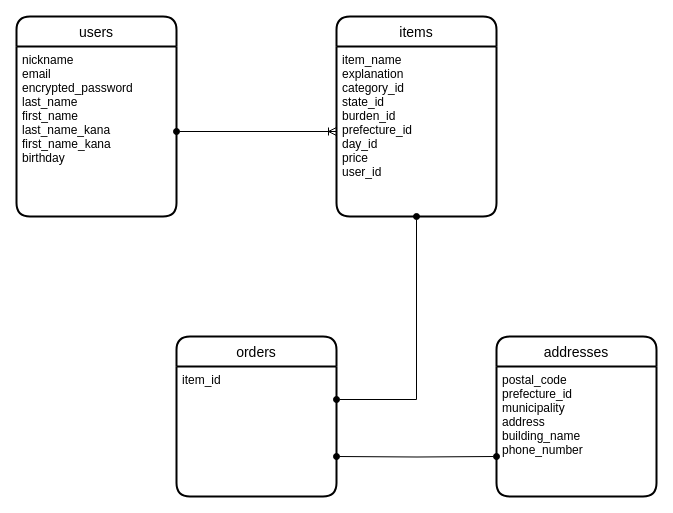
Above: furima_er.dio in sasaki-ichigo/furima-33050 (draw.io), before the change. Source tidied: cells renumbered, new cells numbered last; positions are measured from the earlier drawing's top-left corner, leaving out a move shared by most shapes. Both pictures are drawn from the tidied source at 100%, with x=0, y=0 at pixel (16, 16).
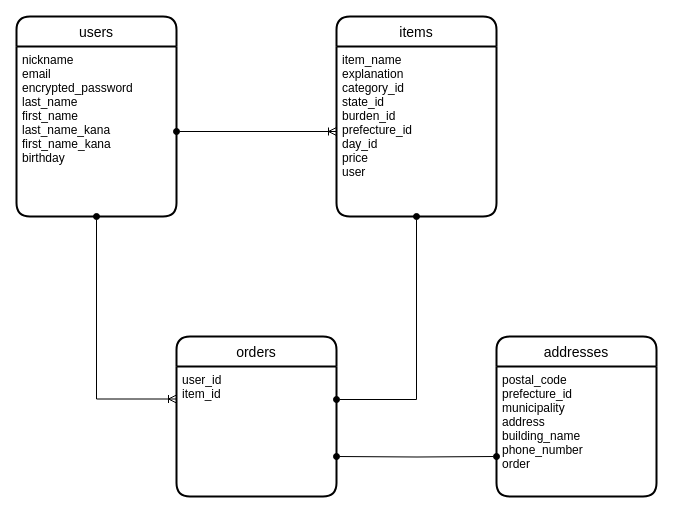
After the change.

Change to the diagram source:
```diff
@@
 <mxGraphModel>
   <root>
     <mxCell id="0" />
     <mxCell id="1" parent="0" />
     <mxCell id="2" value="users" style="swimlane;horizontal=1;startSize=30;rounded=1;fontSize=14;fontStyle=0;strokeWidth=2;shadow=0;dashed=0;align=center;" parent="1" vertex="1">
       <mxGeometry width="160" height="200" as="geometry" />
     </mxCell>
     <mxCell id="3" value="nickname&#10;email&#10;encrypted_password&#10;last_name&#10;first_name&#10;last_name_kana&#10;first_name_kana&#10;birthday" style="align=left;strokeColor=none;fillColor=none;spacingLeft=4;fontSize=12;verticalAlign=top;" parent="2" vertex="1">
       <mxGeometry y="30" width="160" height="170" as="geometry" />
     </mxCell>
     <mxCell id="4" value="items" style="swimlane;horizontal=1;startSize=30;rounded=1;fontSize=14;fontStyle=0;strokeWidth=2;shadow=0;dashed=0;align=center;" parent="1" vertex="1">
       <mxGeometry x="320" width="160" height="200" as="geometry" />
     </mxCell>
-    <mxCell id="5" value="item_name&#10;explanation&#10;category_id&#10;state_id&#10;burden_id&#10;prefecture_id&#10;day_id&#10;price&#10;user_id" style="align=left;strokeColor=none;fillColor=none;spacingLeft=4;fontSize=12;verticalAlign=top;" parent="4" vertex="1">
+    <mxCell id="5" value="item_name&#10;explanation&#10;category_id&#10;state_id&#10;burden_id&#10;prefecture_id&#10;day_id&#10;price&#10;user" style="align=left;strokeColor=none;fillColor=none;spacingLeft=4;fontSize=12;verticalAlign=top;" parent="4" vertex="1">
       <mxGeometry y="30" width="160" height="170" as="geometry" />
     </mxCell>
     <mxCell id="6" style="edgeStyle=orthogonalEdgeStyle;rounded=0;jettySize=auto;html=1;exitX=1;exitY=0.75;exitDx=0;exitDy=0;startArrow=oval;startFill=1;endArrow=oval;endFill=1;entryX=0;entryY=0.75;entryDx=0;entryDy=0;" parent="1" edge="1" target="8">
       <mxGeometry relative="1" as="geometry">
         <mxPoint x="320" y="440" as="sourcePoint" />
       </mxGeometry>
     </mxCell>
     <mxCell id="7" style="edgeStyle=orthogonalEdgeStyle;rounded=0;jettySize=auto;html=1;exitX=1;exitY=0.5;exitDx=0;exitDy=0;entryX=0;entryY=0.5;entryDx=0;entryDy=0;startArrow=oval;startFill=1;endArrow=ERoneToMany;endFill=0;" parent="1" edge="1" source="3" target="5">
       <mxGeometry relative="1" as="geometry" />
     </mxCell>
     <mxCell id="8" value="addresses" style="swimlane;horizontal=1;startSize=30;rounded=1;fontSize=14;fontStyle=0;strokeWidth=2;shadow=0;dashed=0;align=center;" parent="1" vertex="1">
       <mxGeometry x="480" y="320" width="160" height="160" as="geometry" />
     </mxCell>
-    <mxCell id="9" value="postal_code&#10;prefecture_id&#10;municipality&#10;address&#10;building_name&#10;phone_number" style="align=left;strokeColor=none;fillColor=none;spacingLeft=4;fontSize=12;verticalAlign=top;" parent="8" vertex="1">
+    <mxCell id="9" value="postal_code&#10;prefecture_id&#10;municipality&#10;address&#10;building_name&#10;phone_number&#10;order" style="align=left;strokeColor=none;fillColor=none;spacingLeft=4;fontSize=12;verticalAlign=top;" parent="8" vertex="1">
       <mxGeometry y="30" width="160" height="130" as="geometry" />
     </mxCell>
     <mxCell id="10" style="edgeStyle=orthogonalEdgeStyle;rounded=0;jettySize=auto;html=1;startArrow=oval;startFill=1;endArrow=oval;endFill=1;entryX=0.5;entryY=1;entryDx=0;entryDy=0;" parent="1" edge="1" target="5">
       <mxGeometry relative="1" as="geometry">
         <mxPoint x="320" y="383" as="sourcePoint" />
         <Array as="points">
           <mxPoint x="400" y="383" />
         </Array>
       </mxGeometry>
     </mxCell>
     <mxCell id="11" value="orders" style="swimlane;horizontal=1;startSize=30;rounded=1;fontSize=14;fontStyle=0;strokeWidth=2;shadow=0;dashed=0;align=center;" parent="1" vertex="1">
       <mxGeometry x="160" y="320" width="160" height="160" as="geometry" />
     </mxCell>
-    <mxCell id="12" value="item_id" style="align=left;strokeColor=none;fillColor=none;spacingLeft=4;fontSize=12;verticalAlign=top;" parent="11" vertex="1">
+    <mxCell id="12" value="user_id&#10;item_id" style="align=left;strokeColor=none;fillColor=none;spacingLeft=4;fontSize=12;verticalAlign=top;" parent="11" vertex="1">
       <mxGeometry y="30" width="160" height="130" as="geometry" />
     </mxCell>
+    <mxCell id="13" style="edgeStyle=orthogonalEdgeStyle;rounded=0;jettySize=auto;html=1;exitX=0;exitY=0.25;exitDx=0;exitDy=0;startArrow=ERoneToMany;startFill=0;endArrow=oval;endFill=1;entryX=0.5;entryY=1;entryDx=0;entryDy=0;" parent="1" edge="1" source="12" target="3">
+      <mxGeometry relative="1" as="geometry" />
+    </mxCell>
   </root>
 </mxGraphModel>
```
